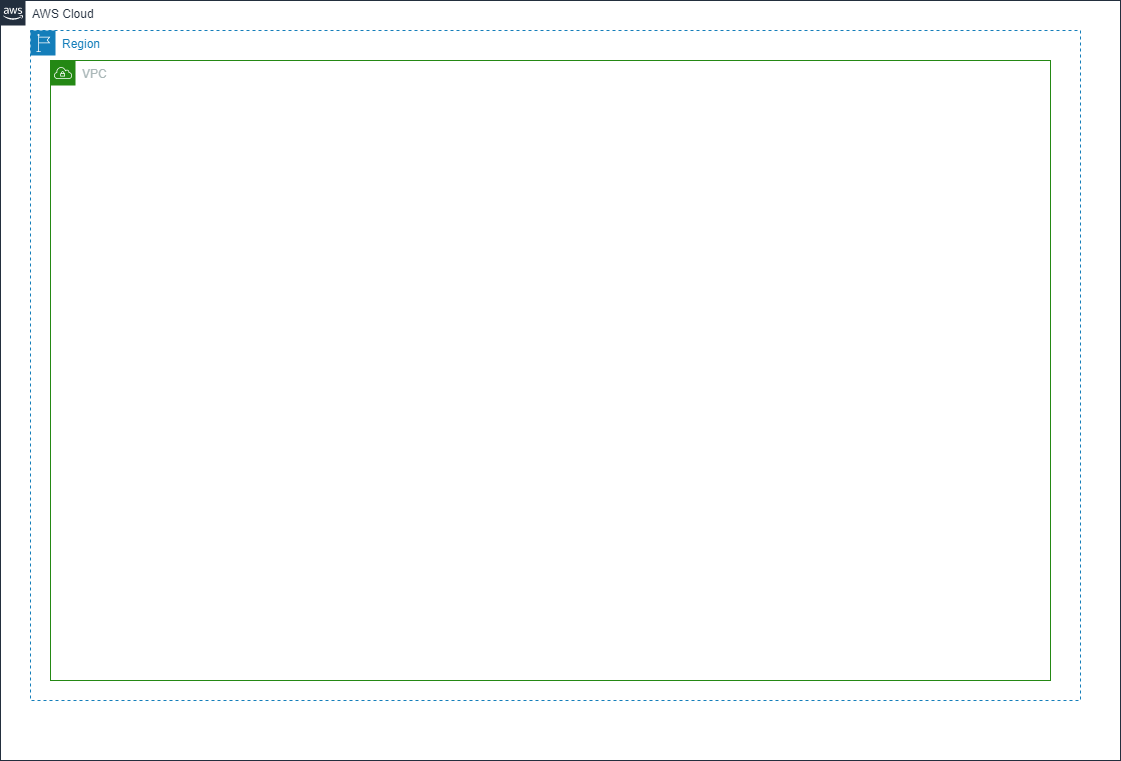
Before: iac-aws.png, a diagram exported from draw.io (abelovn/github_epam_diploma_task). Source tidied: cells renumbered, new cells last; positions are measured from the earlier drawing's top-left corner, leaving out a move shared by most shapes.
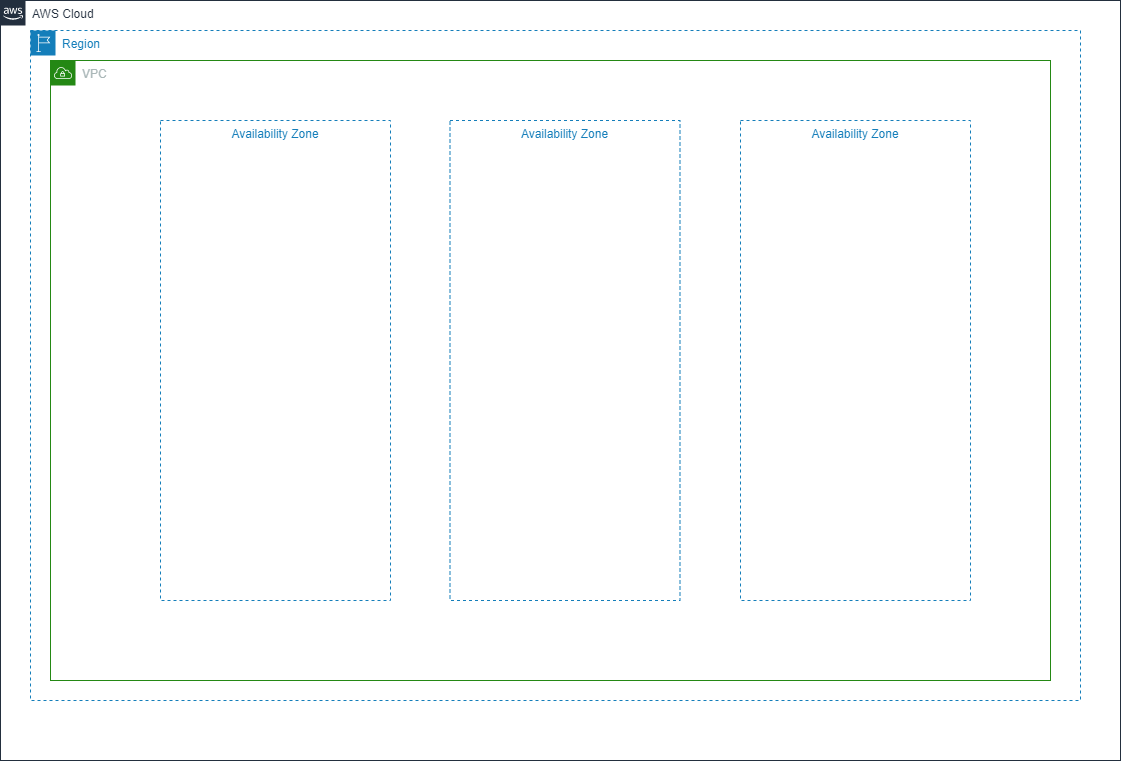
After the change.

Diff of the diagram source:
```diff
@@ -11,5 +11,14 @@
     <mxCell id="4" value="VPC" style="gradientColor=none;html=1;whiteSpace=wrap;fontSize=12;fontStyle=0;shape=mxgraph.aws4.group;grIcon=mxgraph.aws4.group_vpc;strokeColor=#248814;fillColor=none;verticalAlign=top;align=left;spacingLeft=30;fontColor=#AAB7B8;dashed=0;" parent="3" vertex="1">
       <mxGeometry x="20" y="30" width="1000" height="620" as="geometry" />
     </mxCell>
+    <mxCell id="5" value="Availability Zone" style="fillColor=none;strokeColor=#147EBA;dashed=1;verticalAlign=top;fontStyle=0;fontColor=#147EBA;" parent="4" vertex="1">
+      <mxGeometry x="110" y="60" width="230" height="480" as="geometry" />
+    </mxCell>
+    <mxCell id="6" value="Availability Zone" style="fillColor=none;strokeColor=#147EBA;dashed=1;verticalAlign=top;fontStyle=0;fontColor=#147EBA;" parent="4" vertex="1">
+      <mxGeometry x="690" y="60" width="230" height="480" as="geometry" />
+    </mxCell>
+    <mxCell id="7" value="Availability Zone" style="fillColor=none;strokeColor=#147EBA;dashed=1;verticalAlign=top;fontStyle=0;fontColor=#147EBA;" parent="4" vertex="1">
+      <mxGeometry x="399.5" y="60" width="230" height="480" as="geometry" />
+    </mxCell>
   </root>
 </mxGraphModel>
```
